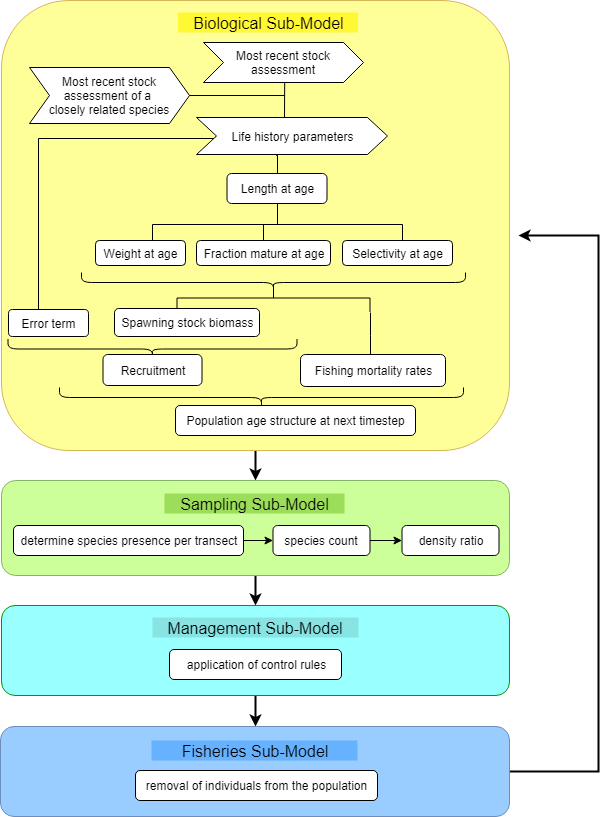
This is figures/base_model_workflow.png from vquennessen/MS-thesis, a draw.io export, as it was before one commit. Source tidied: cells renumbered, new cells last; positions are measured from the earlier drawing's top-left corner, leaving out a move shared by most shapes.
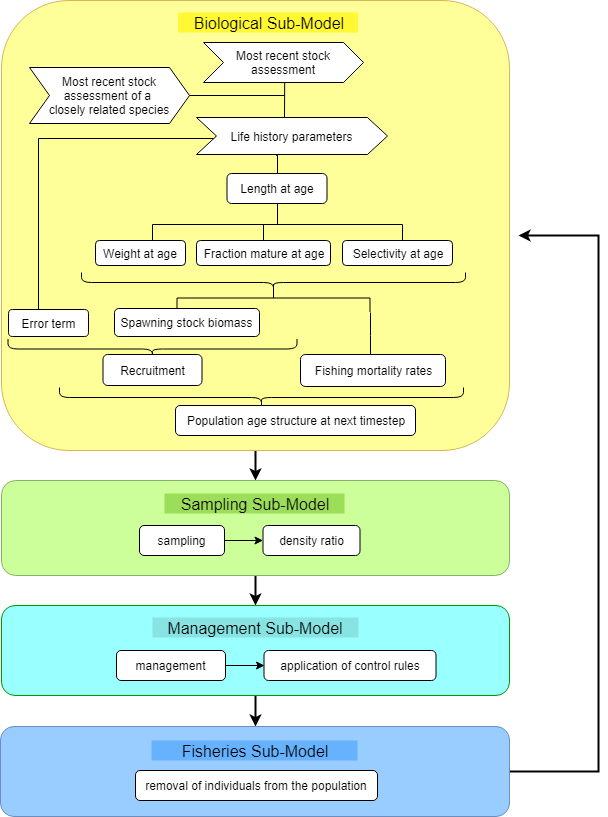
After the commit.

Diff of the diagram source:
```diff
@@ -128,26 +128,20 @@
     <mxCell id="31" value="Sampling Sub-Model&lt;br style=&quot;font-size: 16px&quot;&gt;" style="text;html=1;strokeColor=none;fillColor=#9CDE59;align=center;verticalAlign=middle;whiteSpace=wrap;rounded=0;strokeWidth=2;fontSize=16;" parent="1" vertex="1">
       <mxGeometry x="164" y="493" width="180" height="20" as="geometry" />
     </mxCell>
-    <mxCell id="32" value="determine species presence per transect" style="rounded=1;whiteSpace=wrap;html=1;" parent="1" vertex="1">
-      <mxGeometry x="13" y="525" width="230" height="30" as="geometry" />
+    <mxCell id="32" value="sampling" style="rounded=1;whiteSpace=wrap;html=1;" parent="1" vertex="1">
+      <mxGeometry x="139" y="525" width="85" height="30" as="geometry" />
     </mxCell>
-    <mxCell id="33" value="species count" style="rounded=1;whiteSpace=wrap;html=1;" parent="1" vertex="1">
-      <mxGeometry x="272.5" y="525" width="97" height="30" as="geometry" />
-    </mxCell>
-    <mxCell id="34" style="edgeStyle=orthogonalEdgeStyle;rounded=0;jettySize=auto;html=1;startArrow=none;startFill=0;endArrow=classic;endFill=1;fillColor=#999999;fontSize=12;" parent="1" edge="1" source="32" target="33">
-      <mxGeometry relative="1" as="geometry" />
-    </mxCell>
     <mxCell id="35" value="density ratio" style="rounded=1;whiteSpace=wrap;html=1;" parent="1" vertex="1">
-      <mxGeometry x="401.5" y="525" width="97" height="30" as="geometry" />
+      <mxGeometry x="262.5" y="525" width="97" height="30" as="geometry" />
     </mxCell>
-    <mxCell id="36" style="edgeStyle=orthogonalEdgeStyle;rounded=0;jettySize=auto;html=1;startArrow=none;startFill=0;endArrow=classic;endFill=1;fillColor=#999999;fontSize=12;" parent="1" edge="1" source="33" target="35">
+    <mxCell id="36" style="edgeStyle=orthogonalEdgeStyle;rounded=0;jettySize=auto;html=1;startArrow=none;startFill=0;endArrow=classic;endFill=1;fillColor=#999999;fontSize=12;exitX=1;exitY=0.5;exitDx=0;exitDy=0;" parent="1" edge="1" source="32" target="35">
       <mxGeometry relative="1" as="geometry" />
     </mxCell>
     <mxCell id="37" value="Management Sub-Model&lt;br style=&quot;font-size: 16px&quot;&gt;" style="text;html=1;strokeColor=none;fillColor=#88E3E3;align=center;verticalAlign=middle;whiteSpace=wrap;rounded=0;strokeWidth=2;fontSize=16;" parent="1" vertex="1">
       <mxGeometry x="152" y="617" width="206" height="20" as="geometry" />
     </mxCell>
-    <mxCell id="38" value="application of control rules" style="rounded=1;whiteSpace=wrap;html=1;" parent="1" vertex="1">
-      <mxGeometry x="169" y="649" width="172" height="30" as="geometry" />
+    <mxCell id="38" value="management" style="rounded=1;whiteSpace=wrap;html=1;" parent="1" vertex="1">
+      <mxGeometry x="116" y="650" width="109" height="30" as="geometry" />
     </mxCell>
     <mxCell id="39" value="Fisheries Sub-Model&lt;br style=&quot;font-size: 16px&quot;&gt;" style="text;html=1;strokeColor=none;fillColor=#66B2FF;align=center;verticalAlign=middle;whiteSpace=wrap;rounded=0;strokeWidth=2;fontSize=16;" parent="1" vertex="1">
       <mxGeometry x="151" y="740" width="206" height="20" as="geometry" />
@@ -170,5 +164,11 @@
     <mxCell id="44" value="Life history parameters&lt;br&gt;" style="shape=step;perimeter=stepPerimeter;whiteSpace=wrap;html=1;fixedSize=1;" parent="1" vertex="1">
       <mxGeometry x="196" y="117" width="191" height="37" as="geometry" />
     </mxCell>
+    <mxCell id="45" value="application of control rules" style="rounded=1;whiteSpace=wrap;html=1;" parent="1" vertex="1">
+      <mxGeometry x="263.5" y="650" width="172" height="30" as="geometry" />
+    </mxCell>
+    <mxCell id="46" style="edgeStyle=orthogonalEdgeStyle;rounded=0;jettySize=auto;html=1;startArrow=none;startFill=0;endArrow=classic;endFill=1;fillColor=#999999;fontSize=12;exitX=1;exitY=0.5;exitDx=0;exitDy=0;entryX=0;entryY=0.5;entryDx=0;entryDy=0;" parent="1" edge="1" source="38" target="45">
+      <mxGeometry relative="1" as="geometry" />
+    </mxCell>
   </root>
 </mxGraphModel>
```
